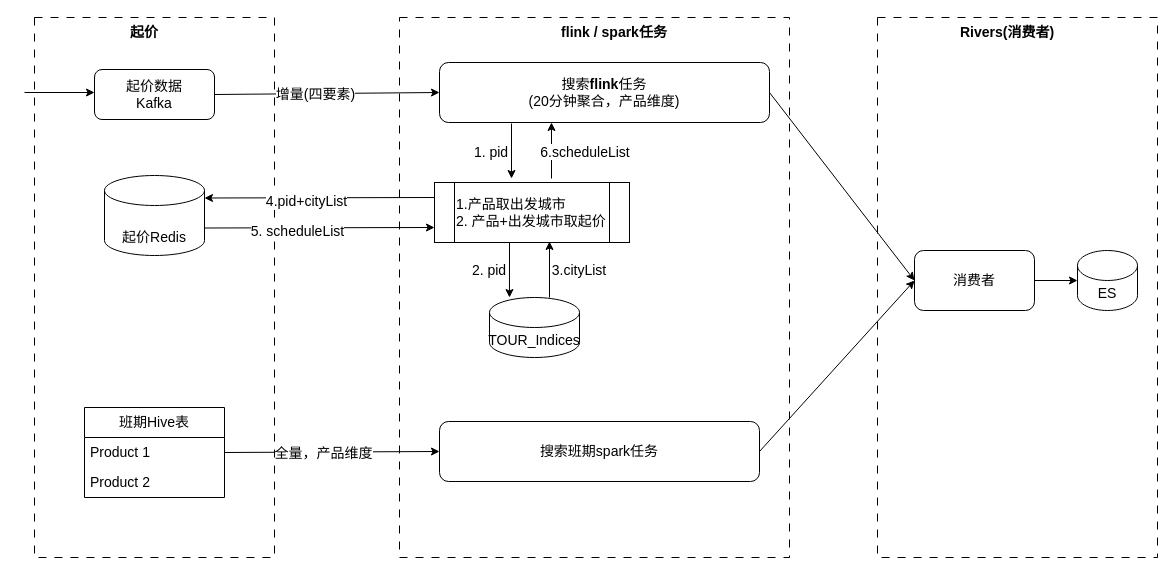
Above: 索引班期更新.drawio in haiyang1985/draw-io (draw.io), before the change. Source tidied: cells renumbered, new cells numbered last; positions are measured from the earlier drawing's top-left corner, leaving out a move shared by most shapes. Both pictures are drawn from the tidied source at 100%, with x=0, y=0 at pixel (24, 17).
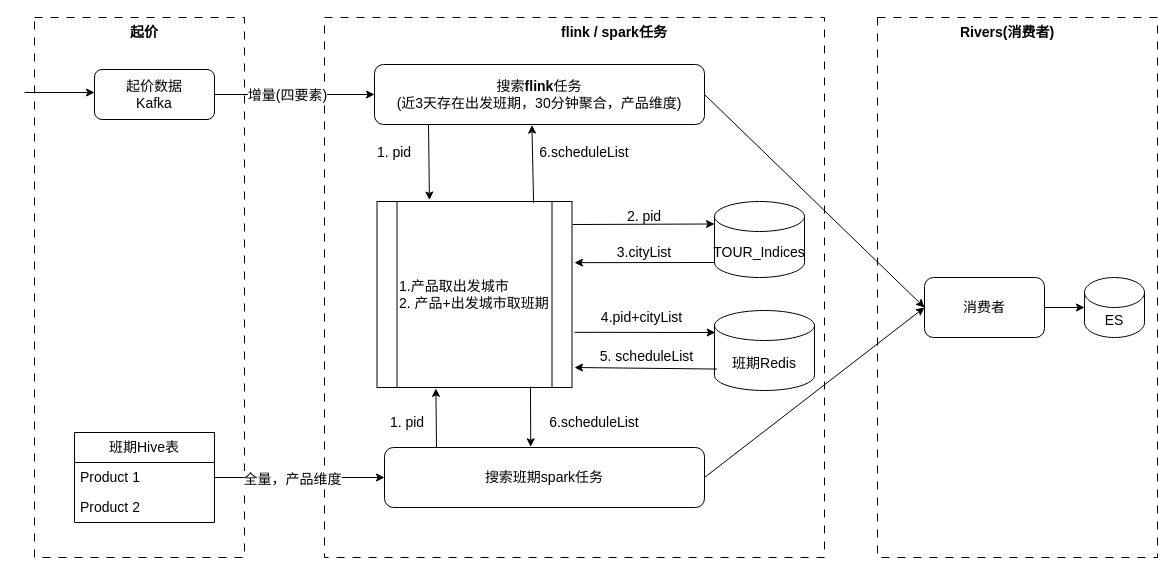
Above is the later version.

Commit message:
更新索引班期更新.drawio

Change to the diagram source:
```diff
@@
     <mxCell id="2" style="rounded=0;whiteSpace=wrap;html=1;fontSize=14;dashed=1;dashPattern=8 8;" parent="1" vertex="1">
-      <mxGeometry x="375" width="390" height="540" as="geometry" />
+      <mxGeometry x="300" width="500" height="540" as="geometry" />
     </mxCell>
@@
     <mxCell id="4" style="rounded=0;whiteSpace=wrap;html=1;fontSize=14;strokeColor=default;dashed=1;dashPattern=8 8;" parent="1" vertex="1">
-      <mxGeometry x="10" width="240" height="540" as="geometry" />
+      <mxGeometry x="10" width="210" height="540" as="geometry" />
     </mxCell>
@@
-    <mxCell id="9" value="搜索&lt;b&gt;flink&lt;/b&gt;任务&lt;div&gt;(20分钟聚合，产品维度)&lt;/div&gt;" style="rounded=1;whiteSpace=wrap;html=1;fontSize=14;" parent="1" vertex="1">
-      <mxGeometry x="415" y="45" width="330" height="60" as="geometry" />
+    <mxCell id="9" value="搜索&lt;b&gt;flink&lt;/b&gt;任务&lt;div&gt;(近3天存在出发班期，30分钟聚合，产品维度)&lt;/div&gt;" style="rounded=1;whiteSpace=wrap;html=1;fontSize=14;" parent="1" vertex="1">
+      <mxGeometry x="350" y="47" width="330" height="60" as="geometry" />
     </mxCell>
@@
     <mxCell id="12" value="ES" style="shape=cylinder3;whiteSpace=wrap;html=1;boundedLbl=1;backgroundOutline=1;size=15;fontSize=14;" parent="1" vertex="1">
-      <mxGeometry x="1053" y="233" width="60" height="60" as="geometry" />
+      <mxGeometry x="1060" y="260" width="60" height="60" as="geometry" />
     </mxCell>
     <mxCell id="13" value="消费者" style="rounded=1;whiteSpace=wrap;html=1;fontSize=14;" parent="1" vertex="1">
-      <mxGeometry x="890" y="233" width="120" height="60" as="geometry" />
+      <mxGeometry x="900" y="260" width="120" height="60" as="geometry" />
     </mxCell>
@@
-    <mxCell id="15" style="endArrow=classic;html=1;rounded=0;exitX=1;exitY=0.5;exitDx=0;exitDy=0;fontSize=14;" parent="1" edge="1" source="13">
-      <mxGeometry relative="1" as="geometry">
-        <mxPoint x="1053" y="263" as="targetPoint" />
-      </mxGeometry>
+    <mxCell id="15" style="endArrow=classic;html=1;rounded=0;exitX=1;exitY=0.5;exitDx=0;exitDy=0;fontSize=14;entryX=0;entryY=0.5;entryDx=0;entryDy=0;entryPerimeter=0;" parent="1" edge="1" source="13" target="12">
+      <mxGeometry relative="1" as="geometry" />
     </mxCell>
     <mxCell id="16" value="&lt;div&gt;&lt;div class=&quot;old-record-id-NbmhdIVokoazy3xnzICccXbInMe&quot;&gt;TOUR_Indices&lt;/div&gt;&lt;/div&gt;&lt;span data-lark-record-data=&quot;{&amp;quot;rootId&amp;quot;:&amp;quot;E3Tqdnlf3o5lEfxBQr9c95AwnEf&amp;quot;,&amp;quot;text&amp;quot;:{&amp;quot;initialAttributedTexts&amp;quot;:{&amp;quot;text&amp;quot;:{&amp;quot;0&amp;quot;:&amp;quot;TOUR_Indices&amp;quot;},&amp;quot;attribs&amp;quot;:{&amp;quot;0&amp;quot;:&amp;quot;*0+c&amp;quot;}},&amp;quot;apool&amp;quot;:{&amp;quot;numToAttrib&amp;quot;:{&amp;quot;0&amp;quot;:[&amp;quot;author&amp;quot;,&amp;quot;7514862704348151811&amp;quot;]},&amp;quot;nextNum&amp;quot;:1}},&amp;quot;type&amp;quot;:&amp;quot;text&amp;quot;,&amp;quot;referenceRecordMap&amp;quot;:{},&amp;quot;extra&amp;quot;:{&amp;quot;channel&amp;quot;:&amp;quot;saas&amp;quot;,&amp;quot;isEqualBlockSelection&amp;quot;:false,&amp;quot;pasteRandomId&amp;quot;:&amp;quot;73dc063c-bffc-431a-b55b-ae562a93a724&amp;quot;,&amp;quot;mention_page_title&amp;quot;:{},&amp;quot;external_mention_url&amp;quot;:{}},&amp;quot;isKeepQuoteContainer&amp;quot;:false,&amp;quot;isFromCode&amp;quot;:false,&amp;quot;selection&amp;quot;:[{&amp;quot;id&amp;quot;:161,&amp;quot;type&amp;quot;:&amp;quot;text&amp;quot;,&amp;quot;selection&amp;quot;:{&amp;quot;start&amp;quot;:20,&amp;quot;end&amp;quot;:32},&amp;quot;recordId&amp;quot;:&amp;quot;NbmhdIVokoazy3xnzICccXbInMe&amp;quot;}],&amp;quot;payloadMap&amp;quot;:{},&amp;quot;isCut&amp;quot;:false}&quot; class=&quot;lark-record-clipboard&quot;&gt;&lt;/span&gt;" style="shape=cylinder3;whiteSpace=wrap;html=1;boundedLbl=1;backgroundOutline=1;size=15;fontSize=14;" parent="1" vertex="1">
-      <mxGeometry x="465" y="280" width="90" height="60" as="geometry" />
+      <mxGeometry x="690" y="184" width="90" height="76" as="geometry" />
     </mxCell>
-    <mxCell id="17" value="&lt;div&gt;&lt;div class=&quot;old-record-id-NbmhdIVokoazy3xnzICccXbInMe&quot;&gt;&lt;div&gt;&lt;div class=&quot;old-record-id-LIoNdeA58oORJnxvpQgcXSyWnAw&quot;&gt;&lt;span&gt;&lt;font style=&quot;color: rgb(0, 0, 0);&quot;&gt;&lt;br&gt;&lt;/font&gt;&lt;/span&gt;&lt;/div&gt;&lt;div class=&quot;old-record-id-LIoNdeA58oORJnxvpQgcXSyWnAw&quot;&gt;&lt;span&gt;&lt;font style=&quot;color: rgb(0, 0, 0);&quot;&gt;起价Redis&lt;/font&gt;&lt;/span&gt;&lt;/div&gt;&lt;/div&gt;&lt;span data-lark-record-data=&quot;{&amp;quot;rootId&amp;quot;:&amp;quot;E3Tqdnlf3o5lEfxBQr9c95AwnEf&amp;quot;,&amp;quot;text&amp;quot;:{&amp;quot;initialAttributedTexts&amp;quot;:{&amp;quot;text&amp;quot;:{&amp;quot;0&amp;quot;:&amp;quot;TOUR_PRICEENGINE_SCHEDULE &amp;quot;},&amp;quot;attribs&amp;quot;:{&amp;quot;0&amp;quot;:&amp;quot;*1*0+q&amp;quot;}},&amp;quot;apool&amp;quot;:{&amp;quot;numToAttrib&amp;quot;:{&amp;quot;0&amp;quot;:[&amp;quot;textHighlight&amp;quot;,&amp;quot;rgb(216,57,49)&amp;quot;],&amp;quot;1&amp;quot;:[&amp;quot;author&amp;quot;,&amp;quot;7514862704348151811&amp;quot;]},&amp;quot;nextNum&amp;quot;:2}},&amp;quot;type&amp;quot;:&amp;quot;text&amp;quot;,&amp;quot;referenceRecordMap&amp;quot;:{},&amp;quot;extra&amp;quot;:{&amp;quot;channel&amp;quot;:&amp;quot;saas&amp;quot;,&amp;quot;isEqualBlockSelection&amp;quot;:false,&amp;quot;pasteRandomId&amp;quot;:&amp;quot;31fc69ff-c882-4c0b-a564-73681091c8dd&amp;quot;,&amp;quot;mention_page_title&amp;quot;:{},&amp;quot;external_mention_url&amp;quot;:{}},&amp;quot;isKeepQuoteContainer&amp;quot;:false,&amp;quot;isFromCode&amp;quot;:false,&amp;quot;selection&amp;quot;:[{&amp;quot;id&amp;quot;:139,&amp;quot;type&amp;quot;:&amp;quot;text&amp;quot;,&amp;quot;selection&amp;quot;:{&amp;quot;start&amp;quot;:34,&amp;quot;end&amp;quot;:60},&amp;quot;recordId&amp;quot;:&amp;quot;LIoNdeA58oORJnxvpQgcXSyWnAw&amp;quot;}],&amp;quot;payloadMap&amp;quot;:{},&amp;quot;isCut&amp;quot;:false}&quot; class=&quot;lark-record-clipboard&quot;&gt;&lt;/span&gt;&lt;/div&gt;&lt;/div&gt;&lt;span data-lark-record-data=&quot;{&amp;quot;rootId&amp;quot;:&amp;quot;E3Tqdnlf3o5lEfxBQr9c95AwnEf&amp;quot;,&amp;quot;text&amp;quot;:{&amp;quot;initialAttributedTexts&amp;quot;:{&amp;quot;text&amp;quot;:{&amp;quot;0&amp;quot;:&amp;quot;TOUR_Indices&amp;quot;},&amp;quot;attribs&amp;quot;:{&amp;quot;0&amp;quot;:&amp;quot;*0+c&amp;quot;}},&amp;quot;apool&amp;quot;:{&amp;quot;numToAttrib&amp;quot;:{&amp;quot;0&amp;quot;:[&amp;quot;author&amp;quot;,&amp;quot;7514862704348151811&amp;quot;]},&amp;quot;nextNum&amp;quot;:1}},&amp;quot;type&amp;quot;:&amp;quot;text&amp;quot;,&amp;quot;referenceRecordMap&amp;quot;:{},&amp;quot;extra&amp;quot;:{&amp;quot;channel&amp;quot;:&amp;quot;saas&amp;quot;,&amp;quot;isEqualBlockSelection&amp;quot;:false,&amp;quot;pasteRandomId&amp;quot;:&amp;quot;73dc063c-bffc-431a-b55b-ae562a93a724&amp;quot;,&amp;quot;mention_page_title&amp;quot;:{},&amp;quot;external_mention_url&amp;quot;:{}},&amp;quot;isKeepQuoteContainer&amp;quot;:false,&amp;quot;isFromCode&amp;quot;:false,&amp;quot;selection&amp;quot;:[{&amp;quot;id&amp;quot;:161,&amp;quot;type&amp;quot;:&amp;quot;text&amp;quot;,&amp;quot;selection&amp;quot;:{&amp;quot;start&amp;quot;:20,&amp;quot;end&amp;quot;:32},&amp;quot;recordId&amp;quot;:&amp;quot;NbmhdIVokoazy3xnzICccXbInMe&amp;quot;}],&amp;quot;payloadMap&amp;quot;:{},&amp;quot;isCut&amp;quot;:false}&quot; class=&quot;lark-record-clipboard&quot;&gt;&lt;/span&gt;" style="shape=cylinder3;whiteSpace=wrap;html=1;boundedLbl=1;backgroundOutline=1;size=15;fontSize=14;" parent="1" vertex="1">
-      <mxGeometry x="80" y="158" width="100" height="80" as="geometry" />
+    <mxCell id="17" value="&lt;div&gt;&lt;div class=&quot;old-record-id-NbmhdIVokoazy3xnzICccXbInMe&quot;&gt;&lt;div&gt;&lt;div class=&quot;old-record-id-LIoNdeA58oORJnxvpQgcXSyWnAw&quot;&gt;&lt;span style=&quot;color: light-dark(rgb(0, 0, 0), rgb(237, 237, 237)); background-color: transparent;&quot;&gt;班期Redis&lt;/span&gt;&lt;/div&gt;&lt;/div&gt;&lt;span data-lark-record-data=&quot;{&amp;quot;rootId&amp;quot;:&amp;quot;E3Tqdnlf3o5lEfxBQr9c95AwnEf&amp;quot;,&amp;quot;text&amp;quot;:{&amp;quot;initialAttributedTexts&amp;quot;:{&amp;quot;text&amp;quot;:{&amp;quot;0&amp;quot;:&amp;quot;TOUR_PRICEENGINE_SCHEDULE &amp;quot;},&amp;quot;attribs&amp;quot;:{&amp;quot;0&amp;quot;:&amp;quot;*1*0+q&amp;quot;}},&amp;quot;apool&amp;quot;:{&amp;quot;numToAttrib&amp;quot;:{&amp;quot;0&amp;quot;:[&amp;quot;textHighlight&amp;quot;,&amp;quot;rgb(216,57,49)&amp;quot;],&amp;quot;1&amp;quot;:[&amp;quot;author&amp;quot;,&amp;quot;7514862704348151811&amp;quot;]},&amp;quot;nextNum&amp;quot;:2}},&amp;quot;type&amp;quot;:&amp;quot;text&amp;quot;,&amp;quot;referenceRecordMap&amp;quot;:{},&amp;quot;extra&amp;quot;:{&amp;quot;channel&amp;quot;:&amp;quot;saas&amp;quot;,&amp;quot;isEqualBlockSelection&amp;quot;:false,&amp;quot;pasteRandomId&amp;quot;:&amp;quot;31fc69ff-c882-4c0b-a564-73681091c8dd&amp;quot;,&amp;quot;mention_page_title&amp;quot;:{},&amp;quot;external_mention_url&amp;quot;:{}},&amp;quot;isKeepQuoteContainer&amp;quot;:false,&amp;quot;isFromCode&amp;quot;:false,&amp;quot;selection&amp;quot;:[{&amp;quot;id&amp;quot;:139,&amp;quot;type&amp;quot;:&amp;quot;text&amp;quot;,&amp;quot;selection&amp;quot;:{&amp;quot;start&amp;quot;:34,&amp;quot;end&amp;quot;:60},&amp;quot;recordId&amp;quot;:&amp;quot;LIoNdeA58oORJnxvpQgcXSyWnAw&amp;quot;}],&amp;quot;payloadMap&amp;quot;:{},&amp;quot;isCut&amp;quot;:false}&quot; class=&quot;lark-record-clipboard&quot;&gt;&lt;/span&gt;&lt;/div&gt;&lt;/div&gt;&lt;span data-lark-record-data=&quot;{&amp;quot;rootId&amp;quot;:&amp;quot;E3Tqdnlf3o5lEfxBQr9c95AwnEf&amp;quot;,&amp;quot;text&amp;quot;:{&amp;quot;initialAttributedTexts&amp;quot;:{&amp;quot;text&amp;quot;:{&amp;quot;0&amp;quot;:&amp;quot;TOUR_Indices&amp;quot;},&amp;quot;attribs&amp;quot;:{&amp;quot;0&amp;quot;:&amp;quot;*0+c&amp;quot;}},&amp;quot;apool&amp;quot;:{&amp;quot;numToAttrib&amp;quot;:{&amp;quot;0&amp;quot;:[&amp;quot;author&amp;quot;,&amp;quot;7514862704348151811&amp;quot;]},&amp;quot;nextNum&amp;quot;:1}},&amp;quot;type&amp;quot;:&amp;quot;text&amp;quot;,&amp;quot;referenceRecordMap&amp;quot;:{},&amp;quot;extra&amp;quot;:{&amp;quot;channel&amp;quot;:&amp;quot;saas&amp;quot;,&amp;quot;isEqualBlockSelection&amp;quot;:false,&amp;quot;pasteRandomId&amp;quot;:&amp;quot;73dc063c-bffc-431a-b55b-ae562a93a724&amp;quot;,&amp;quot;mention_page_title&amp;quot;:{},&amp;quot;external_mention_url&amp;quot;:{}},&amp;quot;isKeepQuoteContainer&amp;quot;:false,&amp;quot;isFromCode&amp;quot;:false,&amp;quot;selection&amp;quot;:[{&amp;quot;id&amp;quot;:161,&amp;quot;type&amp;quot;:&amp;quot;text&amp;quot;,&amp;quot;selection&amp;quot;:{&amp;quot;start&amp;quot;:20,&amp;quot;end&amp;quot;:32},&amp;quot;recordId&amp;quot;:&amp;quot;NbmhdIVokoazy3xnzICccXbInMe&amp;quot;}],&amp;quot;payloadMap&amp;quot;:{},&amp;quot;isCut&amp;quot;:false}&quot; class=&quot;lark-record-clipboard&quot;&gt;&lt;/span&gt;" style="shape=cylinder3;whiteSpace=wrap;html=1;boundedLbl=1;backgroundOutline=1;size=15;fontSize=14;" parent="1" vertex="1">
+      <mxGeometry x="690" y="293" width="100" height="80" as="geometry" />
     </mxCell>
-    <mxCell id="18" style="endArrow=classic;html=1;rounded=0;entryX=1;entryY=0;entryDx=0;entryDy=22.5;entryPerimeter=0;exitX=0;exitY=0.25;exitDx=0;exitDy=0;fontSize=14;" parent="1" edge="1" source="20" target="17">
+    <mxCell id="18" style="endArrow=classic;html=1;rounded=0;entryX=0.007;entryY=0.275;entryDx=0;entryDy=0;entryPerimeter=0;exitX=0.5;exitY=0.583;exitDx=0;exitDy=0;fontSize=14;exitPerimeter=0;" parent="1" edge="1" source="2" target="17">
       <mxGeometry relative="1" as="geometry" />
     </mxCell>
     <mxCell id="19" value="4.pid+cityList" style="edgeLabel;html=1;align=center;verticalAlign=middle;fontSize=14;" parent="18" vertex="1">
-      <mxGeometry x="0.12" y="3" relative="1" as="geometry" />
+      <mxGeometry x="0.12" y="3" relative="1" as="geometry">
+        <mxPoint x="-13" y="-12" as="offset" />
+      </mxGeometry>
     </mxCell>
-    <mxCell id="20" value="1.产品取出发城市&lt;div&gt;2. 产品+出发城市取起价&lt;/div&gt;" style="shape=process;whiteSpace=wrap;html=1;backgroundOutline=1;fontSize=14;align=left;" parent="1" vertex="1">
-      <mxGeometry x="410" y="165" width="195" height="60" as="geometry" />
+    <mxCell id="20" value="1.产品取出发城市&lt;div&gt;2. 产品+出发城市取班期&lt;/div&gt;" style="shape=process;whiteSpace=wrap;html=1;backgroundOutline=1;fontSize=14;align=left;" parent="1" vertex="1">
+      <mxGeometry x="352.5" y="184" width="195" height="186" as="geometry" />
     </mxCell>
-    <mxCell id="21" style="endArrow=classic;html=1;rounded=0;exitX=1;exitY=0;exitDx=0;exitDy=52.5;exitPerimeter=0;entryX=0;entryY=0.75;entryDx=0;entryDy=0;fontSize=14;" parent="1" edge="1" source="17" target="20">
-      <mxGeometry relative="1" as="geometry" />
+    <mxCell id="21" style="endArrow=classic;html=1;rounded=0;fontSize=14;exitX=0.024;exitY=0.732;exitDx=0;exitDy=0;exitPerimeter=0;" parent="1" edge="1" source="17">
+      <mxGeometry relative="1" as="geometry">
+        <mxPoint x="550" y="350" as="targetPoint" />
+      </mxGeometry>
     </mxCell>
     <mxCell id="22" value="5. scheduleList" style="edgeLabel;html=1;align=center;verticalAlign=middle;fontSize=14;" parent="21" vertex="1">
-      <mxGeometry x="-0.2" y="-3" relative="1" as="geometry" />
+      <mxGeometry x="-0.2" y="-3" relative="1" as="geometry">
+        <mxPoint x="-14" y="-9" as="offset" />
+      </mxGeometry>
     </mxCell>
@@
-    <mxCell id="24" style="endArrow=classic;html=1;rounded=0;entryX=0.222;entryY=0;entryDx=0;entryDy=0;entryPerimeter=0;fontSize=14;" parent="1" edge="1" target="16">
+    <mxCell id="24" style="endArrow=classic;html=1;rounded=0;entryX=0;entryY=0;entryDx=0;entryDy=22.5;entryPerimeter=0;fontSize=14;" parent="1" edge="1" target="16">
       <mxGeometry relative="1" as="geometry">
-        <mxPoint x="485" y="225" as="sourcePoint" />
+        <mxPoint x="548" y="207" as="sourcePoint" />
       </mxGeometry>
     </mxCell>
-    <mxCell id="25" style="endArrow=classic;html=1;rounded=0;fontSize=14;" parent="1" edge="1">
-      <mxGeometry relative="1" as="geometry">
-        <mxPoint x="525" y="280" as="sourcePoint" />
-        <mxPoint x="525" y="224" as="targetPoint" />
-      </mxGeometry>
+    <mxCell id="25" style="endArrow=classic;html=1;rounded=0;fontSize=14;exitX=0;exitY=1;exitDx=0;exitDy=-15;exitPerimeter=0;entryX=0.5;entryY=0.454;entryDx=0;entryDy=0;entryPerimeter=0;" parent="1" edge="1" source="16" target="2">
+      <mxGeometry relative="1" as="geometry" />
     </mxCell>
-    <mxCell id="26" style="endArrow=classic;html=1;rounded=0;entryX=0.222;entryY=0;entryDx=0;entryDy=0;entryPerimeter=0;fontSize=14;" parent="1" edge="1">
+    <mxCell id="26" style="endArrow=classic;html=1;rounded=0;entryX=0.269;entryY=-0.008;entryDx=0;entryDy=0;entryPerimeter=0;fontSize=14;exitX=0.194;exitY=1.067;exitDx=0;exitDy=0;exitPerimeter=0;" parent="1" edge="1" target="20">
       <mxGeometry relative="1" as="geometry">
-        <mxPoint x="487" y="106" as="sourcePoint" />
-        <mxPoint x="487" y="161" as="targetPoint" />
+        <mxPoint x="404" y="107" as="sourcePoint" />
       </mxGeometry>
     </mxCell>
-    <mxCell id="27" style="endArrow=classic;html=1;rounded=0;fontSize=14;" parent="1" edge="1">
-      <mxGeometry relative="1" as="geometry">
-        <mxPoint x="527" y="161" as="sourcePoint" />
-        <mxPoint x="527" y="105" as="targetPoint" />
-      </mxGeometry>
+    <mxCell id="27" style="endArrow=classic;html=1;rounded=0;fontSize=14;exitX=0.803;exitY=0.007;exitDx=0;exitDy=0;exitPerimeter=0;entryX=0.477;entryY=1.01;entryDx=0;entryDy=0;entryPerimeter=0;" parent="1" edge="1" source="20" target="9">
+      <mxGeometry relative="1" as="geometry" />
     </mxCell>
     <mxCell id="28" value="1. pid" style="text;html=1;whiteSpace=wrap;strokeColor=none;fillColor=none;align=center;verticalAlign=middle;rounded=0;rotation=0;fontSize=14;" parent="1" vertex="1">
-      <mxGeometry x="437" y="120" width="60" height="30" as="geometry" />
+      <mxGeometry x="340" y="120" width="60" height="30" as="geometry" />
     </mxCell>
     <mxCell id="29" value="2. pid" style="text;html=1;whiteSpace=wrap;strokeColor=none;fillColor=none;align=center;verticalAlign=middle;rounded=0;rotation=0;fontSize=14;" parent="1" vertex="1">
-      <mxGeometry x="435" y="238" width="60" height="30" as="geometry" />
+      <mxGeometry x="590" y="184" width="60" height="30" as="geometry" />
     </mxCell>
     <mxCell id="30" value="3.cityList" style="text;html=1;whiteSpace=wrap;strokeColor=none;fillColor=none;align=center;verticalAlign=middle;rounded=0;rotation=0;fontSize=14;" parent="1" vertex="1">
-      <mxGeometry x="525" y="238" width="60" height="30" as="geometry" />
+      <mxGeometry x="590" y="220" width="60" height="30" as="geometry" />
     </mxCell>
     <mxCell id="31" value="&lt;span style=&quot;text-wrap-mode: nowrap; background-color: rgb(255, 255, 255);&quot;&gt;6.scheduleList&lt;/span&gt;" style="text;html=1;whiteSpace=wrap;strokeColor=none;fillColor=none;align=center;verticalAlign=middle;rounded=0;rotation=0;fontSize=14;" parent="1" vertex="1">
-      <mxGeometry x="531" y="120" width="60" height="30" as="geometry" />
+      <mxGeometry x="530" y="120" width="60" height="30" as="geometry" />
     </mxCell>
     <mxCell id="32" value="班期Hive表" style="swimlane;fontStyle=0;horizontal=1;startSize=30;whiteSpace=wrap;html=1;fontSize=14;" parent="1" vertex="1">
-      <mxGeometry x="60" y="390" width="140" height="90" as="geometry" />
+      <mxGeometry x="50" y="415" width="140" height="90" as="geometry" />
     </mxCell>
@@
     <mxCell id="35" value="搜索班期spark任务" style="rounded=1;whiteSpace=wrap;html=1;fontSize=14;" parent="1" vertex="1">
-      <mxGeometry x="415" y="404" width="320" height="60" as="geometry" />
+      <mxGeometry x="360" y="430" width="320" height="60" as="geometry" />
     </mxCell>
@@
+    <mxCell id="39" style="endArrow=classic;html=1;rounded=0;fontSize=14;exitX=0.787;exitY=0.995;exitDx=0;exitDy=0;exitPerimeter=0;entryX=0.457;entryY=-0.012;entryDx=0;entryDy=0;entryPerimeter=0;" parent="1" edge="1" source="20" target="35">
+      <mxGeometry relative="1" as="geometry" />
+    </mxCell>
+    <mxCell id="40" style="endArrow=classic;html=1;rounded=0;fontSize=14;entryX=0.302;entryY=1.005;entryDx=0;entryDy=0;entryPerimeter=0;" parent="1" edge="1" target="20">
+      <mxGeometry relative="1" as="geometry">
+        <mxPoint x="412" y="430" as="sourcePoint" />
+      </mxGeometry>
+    </mxCell>
+    <mxCell id="41" value="1. pid" style="text;html=1;whiteSpace=wrap;strokeColor=none;fillColor=none;align=center;verticalAlign=middle;rounded=0;rotation=0;fontSize=14;" parent="1" vertex="1">
+      <mxGeometry x="352.5" y="390" width="60" height="30" as="geometry" />
+    </mxCell>
+    <mxCell id="42" value="&lt;span style=&quot;text-wrap-mode: nowrap; background-color: rgb(255, 255, 255);&quot;&gt;6.scheduleList&lt;/span&gt;" style="text;html=1;whiteSpace=wrap;strokeColor=none;fillColor=none;align=center;verticalAlign=middle;rounded=0;rotation=0;fontSize=14;" parent="1" vertex="1">
+      <mxGeometry x="540" y="390" width="60" height="30" as="geometry" />
+    </mxCell>
```
